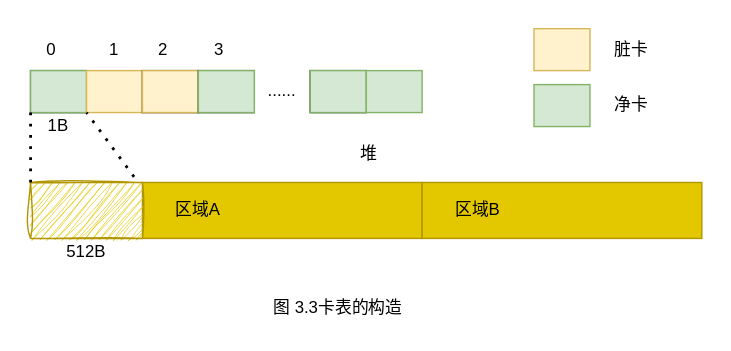
The draw.io diagram jvm/深入JVM虚拟机-JVM-G1算法与实现/images/card-table.drawio.svg in web1992/read, before a commit. Source tidied: cells renumbered, new cells last; positions are measured from the earlier drawing's top-left corner, leaving out a move shared by most shapes. Source of this version:
```xml
<mxGraphModel>
  <root>
    <mxCell id="0" />
    <mxCell id="1" parent="0" />
    <mxCell id="2" style="rounded=0;whiteSpace=wrap;html=1;" parent="1" vertex="1">
      <mxGeometry y="30" width="40" height="30" as="geometry" />
    </mxCell>
    <mxCell id="3" style="rounded=0;whiteSpace=wrap;html=1;fillColor=#d5e8d4;strokeColor=#82b366;" parent="1" vertex="1">
      <mxGeometry y="30" width="40" height="30" as="geometry" />
    </mxCell>
    <mxCell id="4" style="rounded=0;whiteSpace=wrap;html=1;fillColor=#fff2cc;strokeColor=#d6b656;" parent="1" vertex="1">
      <mxGeometry x="40" y="30" width="40" height="30" as="geometry" />
    </mxCell>
    <mxCell id="5" style="rounded=0;whiteSpace=wrap;html=1;" parent="1" vertex="1">
      <mxGeometry x="80" y="30" width="40" height="30" as="geometry" />
    </mxCell>
    <mxCell id="6" style="rounded=0;whiteSpace=wrap;html=1;fillColor=#fff2cc;strokeColor=#d6b656;" parent="1" vertex="1">
      <mxGeometry x="80" y="30" width="40" height="30" as="geometry" />
    </mxCell>
    <mxCell id="7" style="rounded=0;whiteSpace=wrap;html=1;" parent="1" vertex="1">
      <mxGeometry x="120" y="30" width="40" height="30" as="geometry" />
    </mxCell>
    <mxCell id="8" style="rounded=0;whiteSpace=wrap;html=1;fillColor=#d5e8d4;strokeColor=#82b366;" parent="1" vertex="1">
      <mxGeometry x="120" y="30" width="40" height="30" as="geometry" />
    </mxCell>
    <mxCell id="9" style="rounded=0;whiteSpace=wrap;html=1;" parent="1" vertex="1">
      <mxGeometry x="200" y="30" width="40" height="30" as="geometry" />
    </mxCell>
    <mxCell id="10" style="rounded=0;whiteSpace=wrap;html=1;fillColor=#d5e8d4;strokeColor=#82b366;" parent="1" vertex="1">
      <mxGeometry x="200" y="30" width="40" height="30" as="geometry" />
    </mxCell>
    <mxCell id="11" style="rounded=0;whiteSpace=wrap;html=1;fillColor=#d5e8d4;strokeColor=#82b366;" parent="1" vertex="1">
      <mxGeometry x="240" y="30" width="40" height="30" as="geometry" />
    </mxCell>
    <mxCell id="12" style="rounded=0;whiteSpace=wrap;html=1;fillColor=#fff2cc;strokeColor=#d6b656;" parent="1" vertex="1">
      <mxGeometry x="360" width="40" height="30" as="geometry" />
    </mxCell>
    <mxCell id="13" style="rounded=0;whiteSpace=wrap;html=1;fillColor=#d5e8d4;strokeColor=#82b366;" parent="1" vertex="1">
      <mxGeometry x="360" y="40" width="40" height="30" as="geometry" />
    </mxCell>
    <mxCell id="14" value="脏卡" style="text;html=1;strokeColor=none;fillColor=none;align=center;verticalAlign=middle;whiteSpace=wrap;rounded=0;" parent="1" vertex="1">
      <mxGeometry x="400" width="60" height="30" as="geometry" />
    </mxCell>
    <mxCell id="15" value="净卡" style="text;html=1;strokeColor=none;fillColor=none;align=center;verticalAlign=middle;whiteSpace=wrap;rounded=0;" parent="1" vertex="1">
      <mxGeometry x="400" y="40" width="60" height="30" as="geometry" />
    </mxCell>
    <mxCell id="16" value="......" style="text;html=1;strokeColor=none;fillColor=none;align=center;verticalAlign=middle;whiteSpace=wrap;rounded=0;" parent="1" vertex="1">
      <mxGeometry x="160" y="30" width="40" height="30" as="geometry" />
    </mxCell>
    <mxCell id="17" value="0" style="text;html=1;strokeColor=none;fillColor=none;align=center;verticalAlign=middle;whiteSpace=wrap;rounded=0;" parent="1" vertex="1">
      <mxGeometry width="30" height="30" as="geometry" />
    </mxCell>
    <mxCell id="18" value="1" style="text;html=1;strokeColor=none;fillColor=none;align=center;verticalAlign=middle;whiteSpace=wrap;rounded=0;" parent="1" vertex="1">
      <mxGeometry x="45" width="30" height="30" as="geometry" />
    </mxCell>
    <mxCell id="19" value="2" style="text;html=1;strokeColor=none;fillColor=none;align=center;verticalAlign=middle;whiteSpace=wrap;rounded=0;" parent="1" vertex="1">
      <mxGeometry x="80" width="30" height="30" as="geometry" />
    </mxCell>
    <mxCell id="20" value="3" style="text;html=1;strokeColor=none;fillColor=none;align=center;verticalAlign=middle;whiteSpace=wrap;rounded=0;" parent="1" vertex="1">
      <mxGeometry x="120" width="30" height="30" as="geometry" />
    </mxCell>
    <mxCell id="21" style="rounded=0;whiteSpace=wrap;html=1;fillColor=#e3c800;fontColor=#000000;strokeColor=#B09500;" parent="1" vertex="1">
      <mxGeometry x="80" y="110" width="200" height="40" as="geometry" />
    </mxCell>
    <mxCell id="22" style="rounded=0;whiteSpace=wrap;html=1;fillColor=#e3c800;fontColor=#000000;strokeColor=#B09500;sketch=1;curveFitting=1;jiggle=2;" parent="1" vertex="1">
      <mxGeometry y="110" width="80" height="40" as="geometry" />
    </mxCell>
    <mxCell id="23" style="endArrow=none;dashed=1;html=1;dashPattern=1 3;strokeWidth=2;rounded=0;entryX=0;entryY=1;entryDx=0;entryDy=0;exitX=0;exitY=0;exitDx=0;exitDy=0;" parent="1" edge="1" source="22" target="3">
      <mxGeometry relative="1" as="geometry" />
    </mxCell>
    <mxCell id="24" style="endArrow=none;dashed=1;html=1;dashPattern=1 3;strokeWidth=2;rounded=0;entryX=0;entryY=1;entryDx=0;entryDy=0;exitX=0.925;exitY=-0.1;exitDx=0;exitDy=0;exitPerimeter=0;" parent="1" edge="1" source="22">
      <mxGeometry relative="1" as="geometry">
        <mxPoint x="40" y="60" as="targetPoint" />
      </mxGeometry>
    </mxCell>
    <mxCell id="25" value="1B" style="text;html=1;strokeColor=none;fillColor=none;align=center;verticalAlign=middle;whiteSpace=wrap;rounded=0;" parent="1" vertex="1">
      <mxGeometry x="5" y="60" width="30" height="20" as="geometry" />
    </mxCell>
    <mxCell id="26" value="512B" style="text;html=1;strokeColor=none;fillColor=none;align=center;verticalAlign=middle;whiteSpace=wrap;rounded=0;" parent="1" vertex="1">
      <mxGeometry y="150" width="80" height="20" as="geometry" />
    </mxCell>
    <mxCell id="27" value="区域A" style="text;html=1;strokeColor=none;fillColor=none;align=center;verticalAlign=middle;whiteSpace=wrap;rounded=0;" parent="1" vertex="1">
      <mxGeometry x="90" y="115" width="60" height="30" as="geometry" />
    </mxCell>
    <mxCell id="28" value="堆" style="text;html=1;strokeColor=none;fillColor=none;align=center;verticalAlign=middle;whiteSpace=wrap;rounded=0;" parent="1" vertex="1">
      <mxGeometry x="214" y="80" width="56" height="20" as="geometry" />
    </mxCell>
    <mxCell id="29" value="图 3.3卡表的构造" style="text;html=1;strokeColor=none;fillColor=none;align=center;verticalAlign=middle;whiteSpace=wrap;rounded=0;" parent="1" vertex="1">
      <mxGeometry x="160" y="190" width="120" height="20" as="geometry" />
    </mxCell>
    <mxCell id="30" style="rounded=0;whiteSpace=wrap;html=1;fillColor=#e3c800;fontColor=#000000;strokeColor=#B09500;" parent="1" vertex="1">
      <mxGeometry x="280" y="110" width="200" height="40" as="geometry" />
    </mxCell>
    <mxCell id="31" value="区域B" style="text;html=1;strokeColor=none;fillColor=none;align=center;verticalAlign=middle;whiteSpace=wrap;rounded=0;" parent="1" vertex="1">
      <mxGeometry x="290" y="115" width="60" height="30" as="geometry" />
    </mxCell>
  </root>
</mxGraphModel>
```
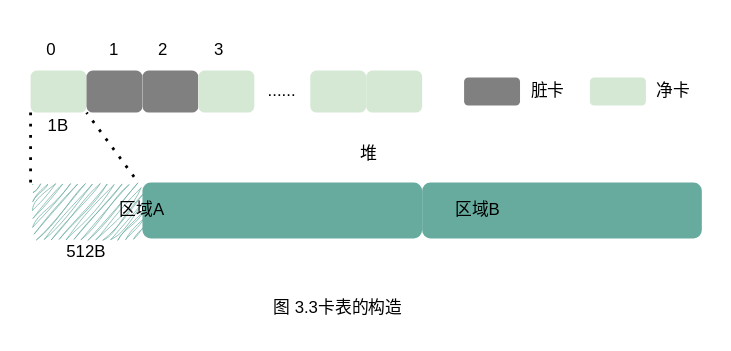
After the change.

Diff of the diagram source:
```diff
@@ -2,49 +2,49 @@
   <root>
     <mxCell id="0" />
     <mxCell id="1" parent="0" />
-    <mxCell id="2" style="rounded=0;whiteSpace=wrap;html=1;" parent="1" vertex="1">
+    <mxCell id="2" style="rounded=1;whiteSpace=wrap;html=1;strokeColor=none;" parent="1" vertex="1">
       <mxGeometry y="30" width="40" height="30" as="geometry" />
     </mxCell>
-    <mxCell id="3" style="rounded=0;whiteSpace=wrap;html=1;fillColor=#d5e8d4;strokeColor=#82b366;" parent="1" vertex="1">
+    <mxCell id="3" style="rounded=1;whiteSpace=wrap;html=1;fillColor=#d5e8d4;strokeColor=none;" parent="1" vertex="1">
       <mxGeometry y="30" width="40" height="30" as="geometry" />
     </mxCell>
-    <mxCell id="4" style="rounded=0;whiteSpace=wrap;html=1;fillColor=#fff2cc;strokeColor=#d6b656;" parent="1" vertex="1">
+    <mxCell id="4" style="rounded=1;whiteSpace=wrap;html=1;fillColor=#808080;strokeColor=none;" parent="1" vertex="1">
       <mxGeometry x="40" y="30" width="40" height="30" as="geometry" />
     </mxCell>
-    <mxCell id="5" style="rounded=0;whiteSpace=wrap;html=1;" parent="1" vertex="1">
+    <mxCell id="5" style="rounded=1;whiteSpace=wrap;html=1;strokeColor=none;" parent="1" vertex="1">
       <mxGeometry x="80" y="30" width="40" height="30" as="geometry" />
     </mxCell>
-    <mxCell id="6" style="rounded=0;whiteSpace=wrap;html=1;fillColor=#fff2cc;strokeColor=#d6b656;" parent="1" vertex="1">
+    <mxCell id="6" style="rounded=1;whiteSpace=wrap;html=1;fillColor=#808080;strokeColor=none;" parent="1" vertex="1">
       <mxGeometry x="80" y="30" width="40" height="30" as="geometry" />
     </mxCell>
-    <mxCell id="7" style="rounded=0;whiteSpace=wrap;html=1;" parent="1" vertex="1">
+    <mxCell id="7" style="rounded=1;whiteSpace=wrap;html=1;strokeColor=none;" parent="1" vertex="1">
       <mxGeometry x="120" y="30" width="40" height="30" as="geometry" />
     </mxCell>
-    <mxCell id="8" style="rounded=0;whiteSpace=wrap;html=1;fillColor=#d5e8d4;strokeColor=#82b366;" parent="1" vertex="1">
+    <mxCell id="8" style="rounded=1;whiteSpace=wrap;html=1;fillColor=#d5e8d4;strokeColor=none;" parent="1" vertex="1">
       <mxGeometry x="120" y="30" width="40" height="30" as="geometry" />
     </mxCell>
-    <mxCell id="9" style="rounded=0;whiteSpace=wrap;html=1;" parent="1" vertex="1">
+    <mxCell id="9" style="rounded=1;whiteSpace=wrap;html=1;strokeColor=none;" parent="1" vertex="1">
       <mxGeometry x="200" y="30" width="40" height="30" as="geometry" />
     </mxCell>
-    <mxCell id="10" style="rounded=0;whiteSpace=wrap;html=1;fillColor=#d5e8d4;strokeColor=#82b366;" parent="1" vertex="1">
+    <mxCell id="10" style="rounded=1;whiteSpace=wrap;html=1;fillColor=#d5e8d4;strokeColor=none;" parent="1" vertex="1">
       <mxGeometry x="200" y="30" width="40" height="30" as="geometry" />
     </mxCell>
-    <mxCell id="11" style="rounded=0;whiteSpace=wrap;html=1;fillColor=#d5e8d4;strokeColor=#82b366;" parent="1" vertex="1">
+    <mxCell id="11" style="rounded=1;whiteSpace=wrap;html=1;fillColor=#d5e8d4;strokeColor=none;" parent="1" vertex="1">
       <mxGeometry x="240" y="30" width="40" height="30" as="geometry" />
     </mxCell>
-    <mxCell id="12" style="rounded=0;whiteSpace=wrap;html=1;fillColor=#fff2cc;strokeColor=#d6b656;" parent="1" vertex="1">
-      <mxGeometry x="360" width="40" height="30" as="geometry" />
+    <mxCell id="12" style="rounded=1;whiteSpace=wrap;html=1;fillColor=#808080;strokeColor=none;" parent="1" vertex="1">
+      <mxGeometry x="310" y="35" width="40" height="20" as="geometry" />
     </mxCell>
-    <mxCell id="13" style="rounded=0;whiteSpace=wrap;html=1;fillColor=#d5e8d4;strokeColor=#82b366;" parent="1" vertex="1">
-      <mxGeometry x="360" y="40" width="40" height="30" as="geometry" />
+    <mxCell id="13" style="rounded=1;whiteSpace=wrap;html=1;fillColor=#d5e8d4;strokeColor=none;" parent="1" vertex="1">
+      <mxGeometry x="400" y="35" width="40" height="20" as="geometry" />
     </mxCell>
     <mxCell id="14" value="脏卡" style="text;html=1;strokeColor=none;fillColor=none;align=center;verticalAlign=middle;whiteSpace=wrap;rounded=0;" parent="1" vertex="1">
-      <mxGeometry x="400" width="60" height="30" as="geometry" />
+      <mxGeometry x="350" y="35" width="40" height="20" as="geometry" />
     </mxCell>
     <mxCell id="15" value="净卡" style="text;html=1;strokeColor=none;fillColor=none;align=center;verticalAlign=middle;whiteSpace=wrap;rounded=0;" parent="1" vertex="1">
-      <mxGeometry x="400" y="40" width="60" height="30" as="geometry" />
+      <mxGeometry x="440" y="35" width="40" height="20" as="geometry" />
     </mxCell>
-    <mxCell id="16" value="......" style="text;html=1;strokeColor=none;fillColor=none;align=center;verticalAlign=middle;whiteSpace=wrap;rounded=0;" parent="1" vertex="1">
+    <mxCell id="16" value="......" style="text;html=1;strokeColor=none;fillColor=none;align=center;verticalAlign=middle;whiteSpace=wrap;rounded=1;" parent="1" vertex="1">
       <mxGeometry x="160" y="30" width="40" height="30" as="geometry" />
     </mxCell>
     <mxCell id="17" value="0" style="text;html=1;strokeColor=none;fillColor=none;align=center;verticalAlign=middle;whiteSpace=wrap;rounded=0;" parent="1" vertex="1">
@@ -59,10 +59,10 @@
     <mxCell id="20" value="3" style="text;html=1;strokeColor=none;fillColor=none;align=center;verticalAlign=middle;whiteSpace=wrap;rounded=0;" parent="1" vertex="1">
       <mxGeometry x="120" width="30" height="30" as="geometry" />
     </mxCell>
-    <mxCell id="21" style="rounded=0;whiteSpace=wrap;html=1;fillColor=#e3c800;fontColor=#000000;strokeColor=#B09500;" parent="1" vertex="1">
+    <mxCell id="21" style="rounded=1;whiteSpace=wrap;html=1;fillColor=#67AB9F;strokeColor=none;" parent="1" vertex="1">
       <mxGeometry x="80" y="110" width="200" height="40" as="geometry" />
     </mxCell>
-    <mxCell id="22" style="rounded=0;whiteSpace=wrap;html=1;fillColor=#e3c800;fontColor=#000000;strokeColor=#B09500;sketch=1;curveFitting=1;jiggle=2;" parent="1" vertex="1">
+    <mxCell id="22" style="rounded=1;whiteSpace=wrap;html=1;fillColor=#67AB9F;fontColor=#000000;strokeColor=none;sketch=1;curveFitting=1;jiggle=2;" parent="1" vertex="1">
       <mxGeometry y="110" width="80" height="40" as="geometry" />
     </mxCell>
     <mxCell id="23" style="endArrow=none;dashed=1;html=1;dashPattern=1 3;strokeWidth=2;rounded=0;entryX=0;entryY=1;entryDx=0;entryDy=0;exitX=0;exitY=0;exitDx=0;exitDy=0;" parent="1" edge="1" source="22" target="3">
@@ -79,8 +79,8 @@
     <mxCell id="26" value="512B" style="text;html=1;strokeColor=none;fillColor=none;align=center;verticalAlign=middle;whiteSpace=wrap;rounded=0;" parent="1" vertex="1">
       <mxGeometry y="150" width="80" height="20" as="geometry" />
     </mxCell>
-    <mxCell id="27" value="区域A" style="text;html=1;strokeColor=none;fillColor=none;align=center;verticalAlign=middle;whiteSpace=wrap;rounded=0;" parent="1" vertex="1">
-      <mxGeometry x="90" y="115" width="60" height="30" as="geometry" />
+    <mxCell id="27" value="区域A" style="text;html=1;strokeColor=none;fillColor=none;align=center;verticalAlign=middle;whiteSpace=wrap;rounded=1;" parent="1" vertex="1">
+      <mxGeometry x="50" y="115" width="60" height="30" as="geometry" />
     </mxCell>
     <mxCell id="28" value="堆" style="text;html=1;strokeColor=none;fillColor=none;align=center;verticalAlign=middle;whiteSpace=wrap;rounded=0;" parent="1" vertex="1">
       <mxGeometry x="214" y="80" width="56" height="20" as="geometry" />
@@ -88,10 +88,10 @@
     <mxCell id="29" value="图 3.3卡表的构造" style="text;html=1;strokeColor=none;fillColor=none;align=center;verticalAlign=middle;whiteSpace=wrap;rounded=0;" parent="1" vertex="1">
       <mxGeometry x="160" y="190" width="120" height="20" as="geometry" />
     </mxCell>
-    <mxCell id="30" style="rounded=0;whiteSpace=wrap;html=1;fillColor=#e3c800;fontColor=#000000;strokeColor=#B09500;" parent="1" vertex="1">
+    <mxCell id="30" style="rounded=1;whiteSpace=wrap;html=1;fillColor=#67AB9F;strokeColor=none;" parent="1" vertex="1">
       <mxGeometry x="280" y="110" width="200" height="40" as="geometry" />
     </mxCell>
-    <mxCell id="31" value="区域B" style="text;html=1;strokeColor=none;fillColor=none;align=center;verticalAlign=middle;whiteSpace=wrap;rounded=0;" parent="1" vertex="1">
+    <mxCell id="31" value="区域B" style="text;html=1;strokeColor=none;fillColor=none;align=center;verticalAlign=middle;whiteSpace=wrap;rounded=1;" parent="1" vertex="1">
       <mxGeometry x="290" y="115" width="60" height="30" as="geometry" />
     </mxCell>
   </root>
```
